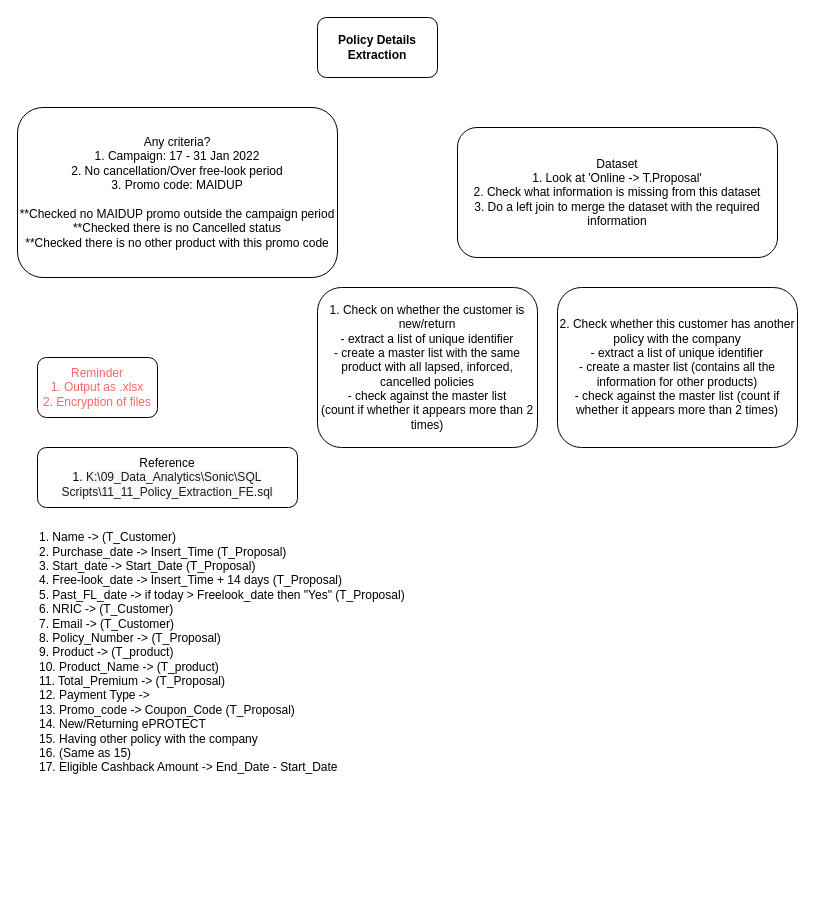
Before: Untitled Diagram.drawio in orlandokohjy/Etiqa, a draw.io diagram. Source tidied: cells renumbered, new cells numbered last; positions are measured from the earlier drawing's top-left corner, leaving out a move shared by most shapes. Both pictures are drawn from the tidied source at 100%, with x=0, y=0 at pixel (17, 17).
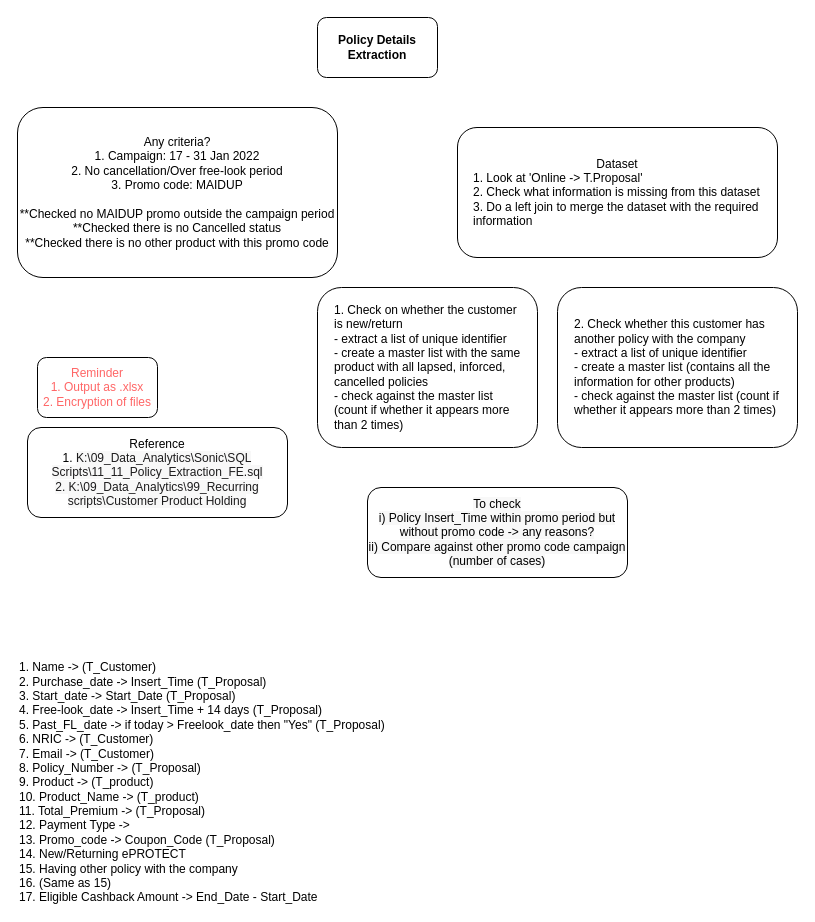
After the change.

Commit message:
Policy Info Extraction

What changed in the source:
```diff
@@
 <mxGraphModel>
   <root>
     <mxCell id="0" />
     <mxCell id="1" parent="0" />
     <mxCell id="2" value="Policy Details Extraction" style="rounded=1;whiteSpace=wrap;html=1;fontStyle=1;" parent="1" vertex="1">
       <mxGeometry x="300" width="120" height="60" as="geometry" />
     </mxCell>
     <mxCell id="3" value="Any criteria?&lt;br&gt;1. Campaign: 17 - 31 Jan 2022&lt;br&gt;2. No cancellation/Over free-look period&lt;br&gt;3. Promo code: MAIDUP&lt;br&gt;&lt;br&gt;**Checked no MAIDUP promo outside the campaign period&lt;br&gt;**Checked there is no Cancelled status&lt;br&gt;**Checked there is no other product with this promo code" style="rounded=1;whiteSpace=wrap;html=1;" parent="1" vertex="1">
       <mxGeometry y="90" width="320" height="170" as="geometry" />
     </mxCell>
-    <mxCell id="4" value="Dataset&lt;br&gt;1. Look at 'Online -&amp;gt; T.Proposal'&lt;br&gt;2. Check what information is missing from this dataset&lt;br&gt;3. Do a left join to merge the dataset with the required information" style="rounded=1;whiteSpace=wrap;html=1;" parent="1" vertex="1">
+    <mxCell id="4" value="Dataset&lt;br&gt;&lt;div style=&quot;text-align: left&quot;&gt;&lt;span&gt;1. Look at 'Online -&amp;gt; T.Proposal'&lt;/span&gt;&lt;/div&gt;&lt;div style=&quot;text-align: left&quot;&gt;&lt;span&gt;2. Check what information is missing from this dataset&lt;/span&gt;&lt;/div&gt;&lt;div style=&quot;text-align: left&quot;&gt;&lt;span&gt;3. Do a left join to merge the dataset with the required information&lt;/span&gt;&lt;/div&gt;" style="rounded=1;whiteSpace=wrap;html=1;spacingLeft=15;spacingRight=15;" parent="1" vertex="1">
       <mxGeometry x="440" y="110" width="320" height="130" as="geometry" />
     </mxCell>
     <mxCell id="5" value="Reminder&lt;br&gt;1. Output as .xlsx&lt;br&gt;2. Encryption of files" style="rounded=1;whiteSpace=wrap;html=1;strokeColor=default;fontColor=#FF6666;" parent="1" vertex="1">
       <mxGeometry x="20" y="340" width="120" height="60" as="geometry" />
     </mxCell>
-    <mxCell id="6" value="1. Check on whether the customer is new/return&lt;br&gt;- extract a list of unique identifier&lt;br&gt;- create a master list with the same product with all lapsed, inforced, cancelled policies&lt;br&gt;- check against the master list &lt;br&gt;(count if whether it appears more than 2 times)" style="rounded=1;whiteSpace=wrap;html=1;fontColor=#000000;strokeColor=default;" parent="1" vertex="1">
+    <mxCell id="6" value="1. Check on whether the customer is new/return&lt;br&gt;- extract a list of unique identifier&lt;br&gt;- create a master list with the same product with all lapsed, inforced, cancelled policies&lt;br&gt;- check against the master list &lt;br&gt;(count if whether it appears more than 2 times)" style="rounded=1;whiteSpace=wrap;html=1;fontColor=#000000;strokeColor=default;spacingLeft=15;spacingRight=15;align=left;" parent="1" vertex="1">
       <mxGeometry x="300" y="270" width="220" height="160" as="geometry" />
     </mxCell>
-    <mxCell id="7" value="2. Check whether this customer has another policy with the company&lt;br&gt;- extract a list of unique identifier&lt;br&gt;- create a master list (contains all the information for other products)&lt;br&gt;- check against the master list (count if whether it appears more than 2 times)" style="rounded=1;whiteSpace=wrap;html=1;fontColor=#000000;strokeColor=default;" parent="1" vertex="1">
+    <mxCell id="7" value="2. Check whether this customer has another policy with the company&lt;br&gt;- extract a list of unique identifier&lt;br&gt;- create a master list (contains all the information for other products)&lt;br&gt;- check against the master list (count if whether it appears more than 2 times)" style="rounded=1;whiteSpace=wrap;html=1;fontColor=#000000;strokeColor=default;spacingLeft=15;spacingRight=15;align=left;" parent="1" vertex="1">
       <mxGeometry x="540" y="270" width="240" height="160" as="geometry" />
     </mxCell>
-    <mxCell id="8" value="Reference&lt;br&gt;1.&amp;nbsp;&lt;span style=&quot;color: rgb(29 , 28 , 29) ; text-align: left ; background-color: rgb(248 , 248 , 248)&quot;&gt;&lt;font style=&quot;font-size: 12px&quot;&gt;K:\09_Data_Analytics\Sonic\SQL Scripts\11_11_Policy_Extraction_FE.sql&lt;/font&gt;&lt;/span&gt;" style="rounded=1;whiteSpace=wrap;html=1;fontColor=#000000;strokeColor=default;" parent="1" vertex="1">
-      <mxGeometry x="20" y="430" width="260" height="60" as="geometry" />
+    <mxCell id="8" value="Reference&lt;br&gt;1.&amp;nbsp;&lt;span style=&quot;text-align: left ; background-color: rgb(248 , 248 , 248)&quot;&gt;&lt;font&gt;&lt;font color=&quot;#1d1c1d&quot;&gt;K:\09_Data_Analytics\Sonic\SQL Scripts\11_11_Policy_Extraction_FE.sql&lt;/font&gt;&lt;br&gt;&lt;font color=&quot;#1d1c1d&quot;&gt;2. K:\09_Data_Analytics\99_Recurring scripts\Customer Product Holding&lt;/font&gt;&lt;br&gt;&lt;/font&gt;&lt;/span&gt;" style="rounded=1;whiteSpace=wrap;html=1;fontColor=#000000;strokeColor=default;" parent="1" vertex="1">
+      <mxGeometry x="10" y="410" width="260" height="90" as="geometry" />
     </mxCell>
     <mxCell id="9" value="1. Name -&amp;gt; (T_Customer)&lt;br&gt;2. Purchase_date -&amp;gt; Insert_Time (T_Proposal)&lt;br&gt;3. Start_date -&amp;gt; Start_Date (T_Proposal)&lt;br&gt;4. Free-look_date -&amp;gt; Insert_Time + 14 days (T_Proposal)&lt;br&gt;5. Past_FL_date -&amp;gt; if today &amp;gt; Freelook_date then &quot;Yes&quot; (T_Proposal)&lt;br&gt;6. NRIC -&amp;gt; (T_Customer)&lt;br&gt;7. Email -&amp;gt; (T_Customer)&lt;br&gt;8. Policy_Number -&amp;gt; (T_Proposal)&lt;br&gt;9. Product -&amp;gt; (T_product)&lt;br&gt;10. Product_Name -&amp;gt; (T_product)&lt;br&gt;11. Total_Premium -&amp;gt; (T_Proposal)&lt;br&gt;12. Payment Type -&amp;gt;&amp;nbsp;&lt;br&gt;13. Promo_code -&amp;gt; Coupon_Code (T_Proposal)&lt;br&gt;14. New/Returning ePROTECT&lt;br&gt;15. Having other policy with the company&lt;br&gt;16. (Same as 15)&lt;br&gt;17. Eligible Cashback Amount -&amp;gt; End_Date - Start_Date" style="text;html=1;strokeColor=none;fillColor=none;align=left;verticalAlign=middle;whiteSpace=wrap;rounded=0;fontSize=12;fontColor=#000000;" parent="1" vertex="1">
-      <mxGeometry x="20" y="540" width="520" height="190" as="geometry" />
+      <mxGeometry y="670" width="520" height="190" as="geometry" />
     </mxCell>
+    <mxCell id="10" value="&lt;span style=&quot;text-align: left ; background-color: rgb(248 , 248 , 248)&quot;&gt;&lt;font&gt;To check&lt;br&gt;i) Policy Insert_Time within promo period but without promo code -&amp;gt; any reasons?&lt;br&gt;ii) Compare against other promo code campaign (number of cases)&lt;br&gt;&lt;/font&gt;&lt;/span&gt;" style="rounded=1;whiteSpace=wrap;html=1;fontColor=#000000;strokeColor=default;" parent="1" vertex="1">
+      <mxGeometry x="350" y="470" width="260" height="90" as="geometry" />
+    </mxCell>
   </root>
 </mxGraphModel>
```
